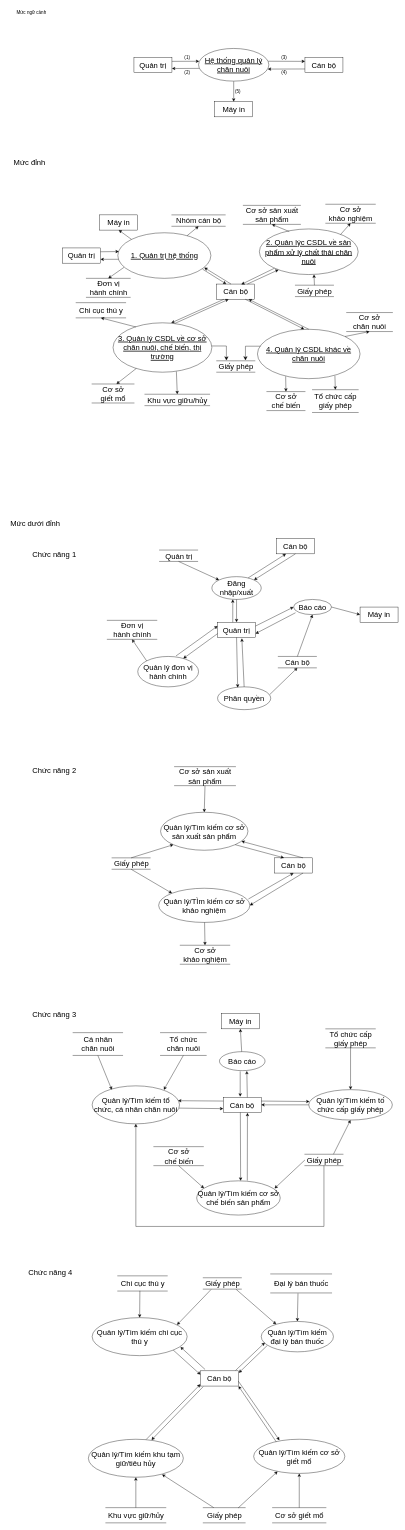
Before: Data Flow Diagram.drawio in ngkhnghia/ktpmud, a draw.io diagram. Source tidied: cells renumbered, new cells numbered last; positions are measured from the earlier drawing's top-left corner, leaving out a move shared by most shapes. Both pictures are drawn from the tidied source at 38%, with x=0, y=0 at pixel (6, 6).
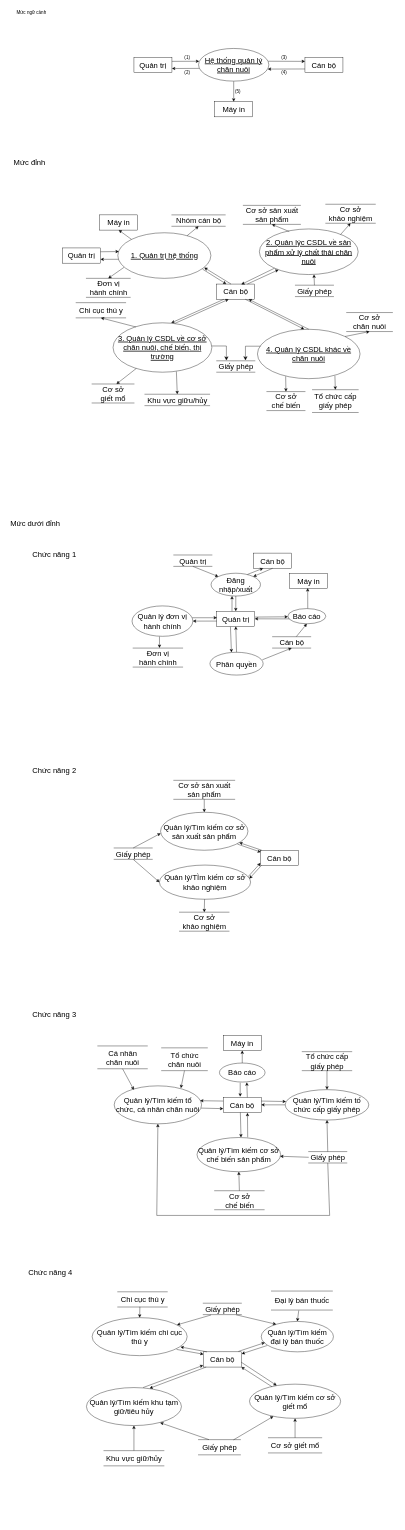
After the change.

Unchanged cells that the change refers to:
```xml
<mxCell id="82" value="Quản lý/Tìm kiếm cơ sở sản xuất sản phẩm" style="ellipse;whiteSpace=wrap;html=1;align=center;fontSize=20;" parent="1" vertex="1">
  <mxGeometry x="405" y="2120" width="230" height="100" as="geometry" />
</mxCell>
<mxCell id="129" value="Quản lý/Tìm kiếm chi cục thú y" style="ellipse;whiteSpace=wrap;html=1;align=center;fontSize=20;" parent="1" vertex="1">
  <mxGeometry x="225" y="3450" width="250" height="100" as="geometry" />
</mxCell>
```

The edit, as a diff of the source:
```diff
@@
     <mxCell id="55" value="Quản trị" style="whiteSpace=wrap;html=1;align=center;fontSize=20;" parent="1" vertex="1">
-      <mxGeometry x="555" y="1620" width="100" height="40" as="geometry" />
+      <mxGeometry x="553" y="1591" width="100" height="40" as="geometry" />
     </mxCell>
     <mxCell id="56" value="Cán bộ" style="whiteSpace=wrap;html=1;align=center;fontSize=20;" parent="1" vertex="1">
-      <mxGeometry x="710" y="1400" width="100" height="40" as="geometry" />
+      <mxGeometry x="650" y="1438" width="100" height="40" as="geometry" />
     </mxCell>
     <mxCell id="57" value="Máy in" style="whiteSpace=wrap;html=1;align=center;fontSize=20;" parent="1" vertex="1">
-      <mxGeometry x="930" y="1580" width="100" height="40" as="geometry" />
+      <mxGeometry x="745" y="1491" width="100" height="40" as="geometry" />
     </mxCell>
     <mxCell id="58" value="Đăng nhập/xuất" style="ellipse;whiteSpace=wrap;html=1;align=center;fontSize=20;" parent="1" vertex="1">
-      <mxGeometry x="540" y="1500" width="130" height="60" as="geometry" />
+      <mxGeometry x="538" y="1491" width="130" height="60" as="geometry" />
     </mxCell>
     <mxCell id="59" value="Quản trị" style="html=1;dashed=0;whitespace=wrap;shape=partialRectangle;right=0;left=0;fontSize=20;" parent="1" vertex="1">
-      <mxGeometry x="402.5" y="1430" width="100" height="30" as="geometry" />
+      <mxGeometry x="440" y="1443" width="100" height="30" as="geometry" />
     </mxCell>
     <mxCell id="60" value="Cán bộ" style="html=1;dashed=0;whitespace=wrap;shape=partialRectangle;right=0;left=0;fontSize=20;" parent="1" vertex="1">
-      <mxGeometry x="715" y="1710" width="100" height="30" as="geometry" />
+      <mxGeometry x="700" y="1658" width="100" height="30" as="geometry" />
     </mxCell>
     <mxCell id="61" value="Quản lý đơn vị hành chính" style="ellipse;whiteSpace=wrap;html=1;align=center;fontSize=20;" parent="1" vertex="1">
-      <mxGeometry x="345" y="1710" width="160" height="80" as="geometry" />
+      <mxGeometry x="330" y="1577" width="160" height="80" as="geometry" />
     </mxCell>
     <mxCell id="62" value="Đơn vị&lt;br&gt;hành chính" style="html=1;dashed=0;whitespace=wrap;shape=partialRectangle;right=0;left=0;fontSize=20;" parent="1" vertex="1">
-      <mxGeometry x="265" y="1615" width="130" height="50" as="geometry" />
+      <mxGeometry x="333" y="1688" width="130" height="50" as="geometry" />
     </mxCell>
     <mxCell id="63" value="Phân quyền" style="ellipse;whiteSpace=wrap;html=1;align=center;fontSize=20;" parent="1" vertex="1">
-      <mxGeometry x="555" y="1790" width="140" height="60" as="geometry" />
+      <mxGeometry x="535" y="1699" width="140" height="60" as="geometry" />
     </mxCell>
     <mxCell id="64" value="Báo cáo" style="ellipse;whiteSpace=wrap;html=1;align=center;fontSize=20;" parent="1" vertex="1">
-      <mxGeometry x="755" y="1560" width="100" height="40" as="geometry" />
+      <mxGeometry x="740" y="1584" width="100" height="40" as="geometry" />
     </mxCell>
@@
-    <mxCell id="67" style="endArrow=classic;html=1;rounded=0;fontSize=20;entryX=0;entryY=0.5;entryDx=0;entryDy=0;exitX=1;exitY=0.25;exitDx=0;exitDy=0;" parent="1" edge="1" source="55" target="64">
+    <mxCell id="67" style="endArrow=classic;html=1;rounded=0;fontSize=20;exitX=1.006;exitY=0.384;exitDx=0;exitDy=0;exitPerimeter=0;entryX=0.001;entryY=0.54;entryDx=0;entryDy=0;entryPerimeter=0;" parent="1" edge="1" source="55" target="64">
       <mxGeometry relative="1" as="geometry" />
     </mxCell>
@@
-    <mxCell id="69" style="endArrow=classic;html=1;rounded=0;fontSize=20;exitX=0.052;exitY=0.875;exitDx=0;exitDy=0;entryX=1;entryY=0.75;entryDx=0;entryDy=0;exitPerimeter=0;" parent="1" edge="1" source="64" target="55">
+    <mxCell id="69" style="endArrow=classic;html=1;rounded=0;fontSize=20;exitX=0.034;exitY=0.678;exitDx=0;exitDy=0;exitPerimeter=0;entryX=1;entryY=0.5;entryDx=0;entryDy=0;" parent="1" edge="1" source="64" target="55">
       <mxGeometry relative="1" as="geometry" />
     </mxCell>
-    <mxCell id="70" style="endArrow=classic;html=1;rounded=0;fontSize=20;entryX=0;entryY=0.5;entryDx=0;entryDy=0;exitX=1;exitY=0.5;exitDx=0;exitDy=0;" parent="1" edge="1" source="64" target="57">
+    <mxCell id="70" style="endArrow=classic;html=1;rounded=0;fontSize=20;entryX=0.472;entryY=0.983;entryDx=0;entryDy=0;entryPerimeter=0;exitX=0.524;exitY=-0.014;exitDx=0;exitDy=0;exitPerimeter=0;" parent="1" edge="1" source="64" target="57">
       <mxGeometry relative="1" as="geometry" />
     </mxCell>
-    <mxCell id="71" style="endArrow=classic;html=1;rounded=0;fontSize=20;exitX=0;exitY=0.75;exitDx=0;exitDy=0;entryX=0.75;entryY=0.067;entryDx=0;entryDy=0;entryPerimeter=0;" parent="1" edge="1" source="55" target="61">
+    <mxCell id="71" style="endArrow=classic;html=1;rounded=0;fontSize=20;exitX=-0.001;exitY=0.648;exitDx=0;exitDy=0;entryX=1;entryY=0.5;entryDx=0;entryDy=0;exitPerimeter=0;" parent="1" edge="1" source="55" target="61">
       <mxGeometry relative="1" as="geometry" />
     </mxCell>
-    <mxCell id="72" style="endArrow=classic;html=1;rounded=0;fontSize=20;exitX=0.629;exitY=-0.016;exitDx=0;exitDy=0;exitPerimeter=0;entryX=0;entryY=0.25;entryDx=0;entryDy=0;" parent="1" edge="1" source="61" target="55">
+    <mxCell id="72" style="endArrow=classic;html=1;rounded=0;fontSize=20;entryX=0.004;entryY=0.428;entryDx=0;entryDy=0;entryPerimeter=0;exitX=0.99;exitY=0.389;exitDx=0;exitDy=0;exitPerimeter=0;" parent="1" edge="1" source="61" target="55">
       <mxGeometry relative="1" as="geometry" />
     </mxCell>
-    <mxCell id="73" style="endArrow=classic;html=1;rounded=0;fontSize=20;exitX=0;exitY=0;exitDx=0;exitDy=0;entryX=0.5;entryY=1;entryDx=0;entryDy=0;" parent="1" edge="1" source="61" target="62">
+    <mxCell id="73" style="endArrow=classic;html=1;rounded=0;fontSize=20;exitX=0.451;exitY=1.009;exitDx=0;exitDy=0;entryX=0.532;entryY=-0.008;entryDx=0;entryDy=0;entryPerimeter=0;exitPerimeter=0;" parent="1" edge="1" source="61" target="62">
       <mxGeometry relative="1" as="geometry" />
     </mxCell>
@@
-    <mxCell id="76" style="endArrow=classic;html=1;rounded=0;fontSize=20;entryX=0.5;entryY=1;entryDx=0;entryDy=0;exitX=0.5;exitY=0;exitDx=0;exitDy=0;" parent="1" edge="1" source="60" target="64">
-      <mxGeometry relative="1" as="geometry" />
+    <mxCell id="76" style="endArrow=classic;html=1;rounded=0;fontSize=20;exitX=0.623;exitY=-0.007;exitDx=0;exitDy=0;exitPerimeter=0;" parent="1" edge="1" source="60">
+      <mxGeometry relative="1" as="geometry">
+        <mxPoint x="790" y="1624" as="targetPoint" />
+      </mxGeometry>
     </mxCell>
@@
-    <mxCell id="78" style="endArrow=classic;html=1;rounded=0;fontSize=20;exitX=0.5;exitY=0;exitDx=0;exitDy=0;entryX=0.64;entryY=1.061;entryDx=0;entryDy=0;entryPerimeter=0;" parent="1" edge="1" source="63" target="55">
+    <mxCell id="78" style="endArrow=classic;html=1;rounded=0;fontSize=20;exitX=0.5;exitY=0;exitDx=0;exitDy=0;entryX=0.5;entryY=1;entryDx=0;entryDy=0;" parent="1" edge="1" source="63" target="55">
       <mxGeometry relative="1" as="geometry" />
     </mxCell>
-    <mxCell id="79" style="endArrow=classic;html=1;rounded=0;fontSize=20;entryX=0.379;entryY=0.031;entryDx=0;entryDy=0;entryPerimeter=0;exitX=0.5;exitY=1;exitDx=0;exitDy=0;" parent="1" edge="1" source="55" target="63">
+    <mxCell id="79" style="endArrow=classic;html=1;rounded=0;fontSize=20;entryX=0.404;entryY=0.002;entryDx=0;entryDy=0;entryPerimeter=0;exitX=0.359;exitY=1.017;exitDx=0;exitDy=0;exitPerimeter=0;" parent="1" edge="1" source="55" target="63">
       <mxGeometry relative="1" as="geometry" />
     </mxCell>
@@
     <mxCell id="83" value="Quản lý/TÌm kiếm cơ sở khảo nghiệm" style="ellipse;whiteSpace=wrap;html=1;align=center;fontSize=20;" parent="1" vertex="1">
-      <mxGeometry x="400" y="2320" width="240" height="90" as="geometry" />
+      <mxGeometry x="402" y="2259" width="240" height="90" as="geometry" />
     </mxCell>
     <mxCell id="84" value="Cán bộ" style="whiteSpace=wrap;html=1;align=center;fontSize=20;" parent="1" vertex="1">
-      <mxGeometry x="705" y="2240" width="100" height="40" as="geometry" />
+      <mxGeometry x="668" y="2220" width="100" height="40" as="geometry" />
     </mxCell>
     <mxCell id="85" value="Cơ sở &lt;br&gt;khảo nghiệm" style="html=1;dashed=0;whitespace=wrap;shape=partialRectangle;right=0;left=0;fontSize=20;" parent="1" vertex="1">
-      <mxGeometry x="457" y="2470" width="130" height="50" as="geometry" />
+      <mxGeometry x="455" y="2383" width="130" height="50" as="geometry" />
     </mxCell>
     <mxCell id="86" value="Cơ sở sản xuất&lt;br&gt;sản phẩm" style="html=1;dashed=0;whitespace=wrap;shape=partialRectangle;right=0;left=0;fontSize=20;" parent="1" vertex="1">
-      <mxGeometry x="442" y="2000" width="160" height="50" as="geometry" />
+      <mxGeometry x="440" y="2036" width="160" height="50" as="geometry" />
     </mxCell>
     <mxCell id="87" value="Giấy phép" style="html=1;dashed=0;whitespace=wrap;shape=partialRectangle;right=0;left=0;fontSize=20;" parent="1" vertex="1">
-      <mxGeometry x="277.5" y="2240" width="100" height="30" as="geometry" />
+      <mxGeometry x="283" y="2214" width="100" height="30" as="geometry" />
     </mxCell>
-    <mxCell id="88" style="endArrow=classic;html=1;rounded=0;fontSize=20;exitX=0.75;exitY=1;exitDx=0;exitDy=0;entryX=1;entryY=0.5;entryDx=0;entryDy=0;" parent="1" edge="1" source="84" target="83">
+    <mxCell id="88" style="endArrow=classic;html=1;rounded=0;fontSize=20;exitX=0.028;exitY=0.993;exitDx=0;exitDy=0;entryX=0.986;entryY=0.397;entryDx=0;entryDy=0;exitPerimeter=0;entryPerimeter=0;" parent="1" edge="1" source="84" target="83">
       <mxGeometry relative="1" as="geometry" />
     </mxCell>
-    <mxCell id="89" style="endArrow=classic;html=1;rounded=0;fontSize=20;exitX=0.75;exitY=0;exitDx=0;exitDy=0;" parent="1" edge="1" source="84" target="82">
+    <mxCell id="89" style="endArrow=classic;html=1;rounded=0;fontSize=20;exitX=0.032;exitY=-0.002;exitDx=0;exitDy=0;exitPerimeter=0;" parent="1" edge="1" source="84" target="82">
       <mxGeometry relative="1" as="geometry" />
     </mxCell>
-    <mxCell id="90" style="endArrow=classic;html=1;rounded=0;fontSize=20;exitX=0.5;exitY=0;exitDx=0;exitDy=0;entryX=0;entryY=1;entryDx=0;entryDy=0;" parent="1" edge="1" source="87" target="82">
+    <mxCell id="90" style="endArrow=classic;html=1;rounded=0;fontSize=20;exitX=0.5;exitY=0;exitDx=0;exitDy=0;entryX=0.001;entryY=0.556;entryDx=0;entryDy=0;entryPerimeter=0;" parent="1" edge="1" source="87" target="82">
       <mxGeometry relative="1" as="geometry" />
     </mxCell>
-    <mxCell id="91" style="endArrow=classic;html=1;rounded=0;fontSize=20;entryX=0.5;entryY=1;entryDx=0;entryDy=0;exitX=0.984;exitY=0.315;exitDx=0;exitDy=0;exitPerimeter=0;" parent="1" edge="1" source="83" target="84">
+    <mxCell id="91" style="endArrow=classic;html=1;rounded=0;fontSize=20;entryX=-0.001;entryY=0.839;entryDx=0;entryDy=0;exitX=0.974;exitY=0.336;exitDx=0;exitDy=0;exitPerimeter=0;entryPerimeter=0;" parent="1" edge="1" source="83" target="84">
       <mxGeometry relative="1" as="geometry" />
     </mxCell>
-    <mxCell id="92" style="endArrow=classic;html=1;rounded=0;fontSize=20;entryX=0.25;entryY=0;entryDx=0;entryDy=0;exitX=1;exitY=1;exitDx=0;exitDy=0;" parent="1" edge="1" source="82" target="84">
+    <mxCell id="92" style="endArrow=classic;html=1;rounded=0;fontSize=20;exitX=0.879;exitY=0.838;exitDx=0;exitDy=0;entryX=0.01;entryY=0.125;entryDx=0;entryDy=0;entryPerimeter=0;exitPerimeter=0;" parent="1" edge="1" source="82" target="84">
       <mxGeometry relative="1" as="geometry" />
     </mxCell>
@@
-    <mxCell id="95" style="endArrow=classic;html=1;rounded=0;fontSize=20;exitX=0.5;exitY=1;exitDx=0;exitDy=0;entryX=0;entryY=0;entryDx=0;entryDy=0;" parent="1" edge="1" source="87" target="83">
+    <mxCell id="95" style="endArrow=classic;html=1;rounded=0;fontSize=20;exitX=0.5;exitY=1;exitDx=0;exitDy=0;entryX=0;entryY=0.5;entryDx=0;entryDy=0;" parent="1" edge="1" source="87" target="83">
       <mxGeometry relative="1" as="geometry" />
     </mxCell>
@@
     <mxCell id="98" value="Quản lý/Tìm kiếm cơ sở chế biến sản phẩm" style="ellipse;whiteSpace=wrap;html=1;align=center;fontSize=20;" parent="1" vertex="1">
-      <mxGeometry x="500" y="3090" width="220" height="90" as="geometry" />
+      <mxGeometry x="501" y="2976" width="220" height="90" as="geometry" />
     </mxCell>
     <mxCell id="99" value="Quản lý/Tìm kiếm tố chức cấp giấy phép" style="ellipse;whiteSpace=wrap;html=1;align=center;fontSize=20;" parent="1" vertex="1">
-      <mxGeometry x="795" y="2850" width="220" height="80" as="geometry" />
+      <mxGeometry x="733" y="2850" width="220" height="80" as="geometry" />
     </mxCell>
     <mxCell id="100" value="Báo cáo" style="ellipse;whiteSpace=wrap;html=1;align=center;fontSize=20;" parent="1" vertex="1">
-      <mxGeometry x="560" y="2750" width="120" height="50" as="geometry" />
+      <mxGeometry x="560" y="2780" width="120" height="50" as="geometry" />
     </mxCell>
     <mxCell id="101" value="Quản lý/Tìm kiếm tổ chức, cá nhân chăn nuôi" style="ellipse;whiteSpace=wrap;html=1;align=center;fontSize=20;" parent="1" vertex="1">
-      <mxGeometry x="225" y="2840" width="230" height="100" as="geometry" />
+      <mxGeometry x="283" y="2840" width="230" height="100" as="geometry" />
     </mxCell>
     <mxCell id="102" value="Máy in" style="whiteSpace=wrap;html=1;align=center;fontSize=20;" parent="1" vertex="1">
-      <mxGeometry x="565" y="2650" width="100" height="40" as="geometry" />
+      <mxGeometry x="570" y="2707" width="100" height="40" as="geometry" />
     </mxCell>
     <mxCell id="103" value="Giấy phép" style="html=1;dashed=0;whitespace=wrap;shape=partialRectangle;right=0;left=0;fontSize=20;" parent="1" vertex="1">
-      <mxGeometry x="785" y="3020" width="100" height="30" as="geometry" />
+      <mxGeometry x="795" y="3013" width="100" height="30" as="geometry" />
     </mxCell>
@@
     <mxCell id="109" value="Tổ chức cấp&lt;br&gt;giấy phép" style="html=1;dashed=0;whitespace=wrap;shape=partialRectangle;right=0;left=0;fontSize=20;" parent="1" vertex="1">
-      <mxGeometry x="840" y="2690" width="130" height="50" as="geometry" />
+      <mxGeometry x="778" y="2750" width="130" height="50" as="geometry" />
     </mxCell>
     <mxCell id="110" value="Cơ sở &lt;br&gt;chế biến" style="html=1;dashed=0;whitespace=wrap;shape=partialRectangle;right=0;left=0;fontSize=20;" parent="1" vertex="1">
-      <mxGeometry x="387.5" y="3000" width="130" height="50" as="geometry" />
+      <mxGeometry x="547.5" y="3116" width="130" height="50" as="geometry" />
     </mxCell>
-    <mxCell id="111" style="endArrow=classic;html=1;rounded=0;fontSize=20;exitX=0.5;exitY=1;exitDx=0;exitDy=0;entryX=0.088;entryY=0.217;entryDx=0;entryDy=0;entryPerimeter=0;" parent="1" edge="1" source="110" target="98">
+    <mxCell id="111" style="endArrow=classic;html=1;rounded=0;fontSize=20;exitX=0.5;exitY=0;exitDx=0;exitDy=0;entryX=0.5;entryY=1;entryDx=0;entryDy=0;" parent="1" edge="1" source="110" target="98">
       <mxGeometry relative="1" as="geometry" />
     </mxCell>
@@
-    <mxCell id="113" style="endArrow=classic;html=1;rounded=0;fontSize=20;entryX=0.932;entryY=0.222;entryDx=0;entryDy=0;exitX=0;exitY=0.5;exitDx=0;exitDy=0;entryPerimeter=0;" parent="1" edge="1" source="103" target="98">
+    <mxCell id="113" style="endArrow=classic;html=1;rounded=0;fontSize=20;exitX=0;exitY=0.5;exitDx=0;exitDy=0;entryX=0.994;entryY=0.548;entryDx=0;entryDy=0;entryPerimeter=0;" parent="1" edge="1" source="103" target="98">
       <mxGeometry relative="1" as="geometry" />
     </mxCell>
-    <mxCell id="114" style="endArrow=classic;html=1;rounded=0;fontSize=20;entryX=0.5;entryY=1;entryDx=0;entryDy=0;exitX=0.75;exitY=0;exitDx=0;exitDy=0;" parent="1" edge="1" source="103" target="99">
+    <mxCell id="114" style="endArrow=classic;html=1;rounded=0;fontSize=20;entryX=0.5;entryY=1;entryDx=0;entryDy=0;exitX=0.5;exitY=0;exitDx=0;exitDy=0;" parent="1" edge="1" source="103" target="99">
       <mxGeometry relative="1" as="geometry" />
     </mxCell>
     <mxCell id="115" style="endArrow=classic;html=1;rounded=0;fontSize=20;exitX=0.5;exitY=1;exitDx=0;exitDy=0;entryX=0.5;entryY=1;entryDx=0;entryDy=0;" parent="1" edge="1" source="103" target="101">
       <mxGeometry relative="1" as="geometry">
         <Array as="points">
-          <mxPoint x="835" y="3210" />
-          <mxPoint x="340" y="3210" />
+          <mxPoint x="850" y="3181" />
+          <mxPoint x="395" y="3181" />
         </Array>
       </mxGeometry>
     </mxCell>
@@
     <mxCell id="120" value="Tổ chức &lt;br&gt;chăn nuôi" style="html=1;dashed=0;whitespace=wrap;shape=partialRectangle;right=0;left=0;fontSize=20;" parent="1" vertex="1">
-      <mxGeometry x="405" y="2700" width="120" height="60" as="geometry" />
+      <mxGeometry x="408" y="2740" width="120" height="60" as="geometry" />
     </mxCell>
     <mxCell id="121" value="Cá nhân &lt;br&gt;chăn nuôi" style="html=1;dashed=0;whitespace=wrap;shape=partialRectangle;right=0;left=0;fontSize=20;" parent="1" vertex="1">
-      <mxGeometry x="175" y="2700" width="130" height="60" as="geometry" />
+      <mxGeometry x="240" y="2735" width="130" height="60" as="geometry" />
     </mxCell>
-    <mxCell id="122" style="endArrow=classic;html=1;rounded=0;fontSize=20;exitX=0.5;exitY=1;exitDx=0;exitDy=0;entryX=0.82;entryY=0.105;entryDx=0;entryDy=0;entryPerimeter=0;" parent="1" edge="1" source="120" target="101">
+    <mxCell id="122" style="endArrow=classic;html=1;rounded=0;fontSize=20;exitX=0.5;exitY=1;exitDx=0;exitDy=0;entryX=0.763;entryY=0.06;entryDx=0;entryDy=0;entryPerimeter=0;" parent="1" edge="1" source="120" target="101">
       <mxGeometry relative="1" as="geometry" />
     </mxCell>
@@
     <mxCell id="125" value="Cán bộ" style="whiteSpace=wrap;html=1;align=center;fontSize=20;" parent="1" vertex="1">
-      <mxGeometry x="510" y="3590" width="100" height="40" as="geometry" />
+      <mxGeometry x="517.5" y="3540" width="100" height="40" as="geometry" />
     </mxCell>
     <mxCell id="126" value="Quản lý/Tìm kiếm cơ sở giết mổ" style="ellipse;whiteSpace=wrap;html=1;align=center;fontSize=20;" parent="1" vertex="1">
-      <mxGeometry x="650" y="3770" width="240" height="90" as="geometry" />
+      <mxGeometry x="639" y="3625" width="240" height="90" as="geometry" />
     </mxCell>
     <mxCell id="127" value="Quản lý/Tìm kiếm khu tạm giữ/tiêu hủy" style="ellipse;whiteSpace=wrap;html=1;align=center;fontSize=20;" parent="1" vertex="1">
-      <mxGeometry x="215" y="3770" width="250" height="100" as="geometry" />
+      <mxGeometry x="210" y="3634" width="250" height="100" as="geometry" />
     </mxCell>
@@
     <mxCell id="130" value="Giấy phép" style="html=1;dashed=0;whitespace=wrap;shape=partialRectangle;right=0;left=0;fontSize=20;" parent="1" vertex="1">
-      <mxGeometry x="517.5" y="3950" width="110" height="40" as="geometry" />
+      <mxGeometry x="505" y="3771" width="110" height="40" as="geometry" />
     </mxCell>
     <mxCell id="131" value="Đại lý bán thuốc" style="html=1;dashed=0;whitespace=wrap;shape=partialRectangle;right=0;left=0;fontSize=20;" parent="1" vertex="1">
-      <mxGeometry x="695" y="3335" width="160" height="50" as="geometry" />
+      <mxGeometry x="697" y="3380" width="160" height="50" as="geometry" />
     </mxCell>
     <mxCell id="132" value="Cơ sở giết mổ" style="html=1;dashed=0;whitespace=wrap;shape=partialRectangle;right=0;left=0;fontSize=20;" parent="1" vertex="1">
-      <mxGeometry x="700" y="3950" width="140" height="40" as="geometry" />
+      <mxGeometry x="689" y="3766" width="140" height="40" as="geometry" />
     </mxCell>
     <mxCell id="133" value="Khu vực giữ/hủy" style="html=1;dashed=0;whitespace=wrap;shape=partialRectangle;right=0;left=0;fontSize=20;" parent="1" vertex="1">
-      <mxGeometry x="261.2" y="3950" width="157.5" height="40" as="geometry" />
+      <mxGeometry x="256.2" y="3800" width="157.5" height="40" as="geometry" />
     </mxCell>
     <mxCell id="134" value="Chi cục thú y" style="html=1;dashed=0;whitespace=wrap;shape=partialRectangle;right=0;left=0;fontSize=20;" parent="1" vertex="1">
-      <mxGeometry x="292.5" y="3340" width="130" height="40" as="geometry" />
+      <mxGeometry x="292.5" y="3382" width="130" height="40" as="geometry" />
     </mxCell>
-    <mxCell id="135" style="endArrow=classic;html=1;rounded=0;fontSize=20;entryX=0.93;entryY=0.771;entryDx=0;entryDy=0;entryPerimeter=0;exitX=0.122;exitY=-0.09;exitDx=0;exitDy=0;exitPerimeter=0;" parent="1" edge="1" source="125" target="129">
+    <mxCell id="135" style="endArrow=classic;html=1;rounded=0;fontSize=20;entryX=0.93;entryY=0.771;entryDx=0;entryDy=0;entryPerimeter=0;exitX=0.095;exitY=0;exitDx=0;exitDy=0;exitPerimeter=0;" parent="1" edge="1" source="125" target="129">
       <mxGeometry relative="1" as="geometry" />
     </mxCell>
-    <mxCell id="136" style="endArrow=classic;html=1;rounded=0;fontSize=20;entryX=0;entryY=0.25;entryDx=0;entryDy=0;exitX=1;exitY=1;exitDx=0;exitDy=0;" parent="1" edge="1" source="129" target="125">
+    <mxCell id="136" style="endArrow=classic;html=1;rounded=0;fontSize=20;entryX=0.005;entryY=0.155;entryDx=0;entryDy=0;exitX=0.888;exitY=0.836;exitDx=0;exitDy=0;exitPerimeter=0;entryPerimeter=0;" parent="1" edge="1" source="129" target="125">
       <mxGeometry relative="1" as="geometry" />
     </mxCell>
-    <mxCell id="137" style="endArrow=classic;html=1;rounded=0;fontSize=20;entryX=-0.002;entryY=0.883;entryDx=0;entryDy=0;entryPerimeter=0;exitX=0.608;exitY=0.008;exitDx=0;exitDy=0;exitPerimeter=0;" parent="1" edge="1" source="127" target="125">
+    <mxCell id="137" style="endArrow=classic;html=1;rounded=0;fontSize=20;entryX=-0.002;entryY=0.883;entryDx=0;entryDy=0;entryPerimeter=0;exitX=0.596;exitY=0;exitDx=0;exitDy=0;exitPerimeter=0;" parent="1" edge="1" source="127" target="125">
       <mxGeometry relative="1" as="geometry" />
     </mxCell>
-    <mxCell id="138" style="endArrow=classic;html=1;rounded=0;fontSize=20;exitX=0.072;exitY=1.042;exitDx=0;exitDy=0;exitPerimeter=0;entryX=0.665;entryY=0.019;entryDx=0;entryDy=0;entryPerimeter=0;" parent="1" edge="1" source="125" target="127">
+    <mxCell id="138" style="endArrow=classic;html=1;rounded=0;fontSize=20;exitX=0.076;exitY=0.998;exitDx=0;exitDy=0;exitPerimeter=0;entryX=0.665;entryY=0.019;entryDx=0;entryDy=0;entryPerimeter=0;" parent="1" edge="1" source="125" target="127">
       <mxGeometry relative="1" as="geometry" />
     </mxCell>
@@
-    <mxCell id="141" style="endArrow=classic;html=1;rounded=0;fontSize=20;exitX=0.998;exitY=0.681;exitDx=0;exitDy=0;exitPerimeter=0;entryX=0.283;entryY=0.029;entryDx=0;entryDy=0;entryPerimeter=0;" parent="1" edge="1" source="125" target="126">
+    <mxCell id="141" style="endArrow=classic;html=1;rounded=0;fontSize=20;exitX=0.998;exitY=0.681;exitDx=0;exitDy=0;exitPerimeter=0;entryX=0.298;entryY=0.039;entryDx=0;entryDy=0;entryPerimeter=0;" parent="1" edge="1" source="125" target="126">
       <mxGeometry relative="1" as="geometry" />
     </mxCell>
@@
     <mxCell id="149" value="Giấy phép" style="html=1;dashed=0;whitespace=wrap;shape=partialRectangle;right=0;left=0;fontSize=20;" parent="1" vertex="1">
-      <mxGeometry x="517.5" y="3345" width="100" height="30" as="geometry" />
+      <mxGeometry x="517.5" y="3412" width="100" height="30" as="geometry" />
     </mxCell>
```
